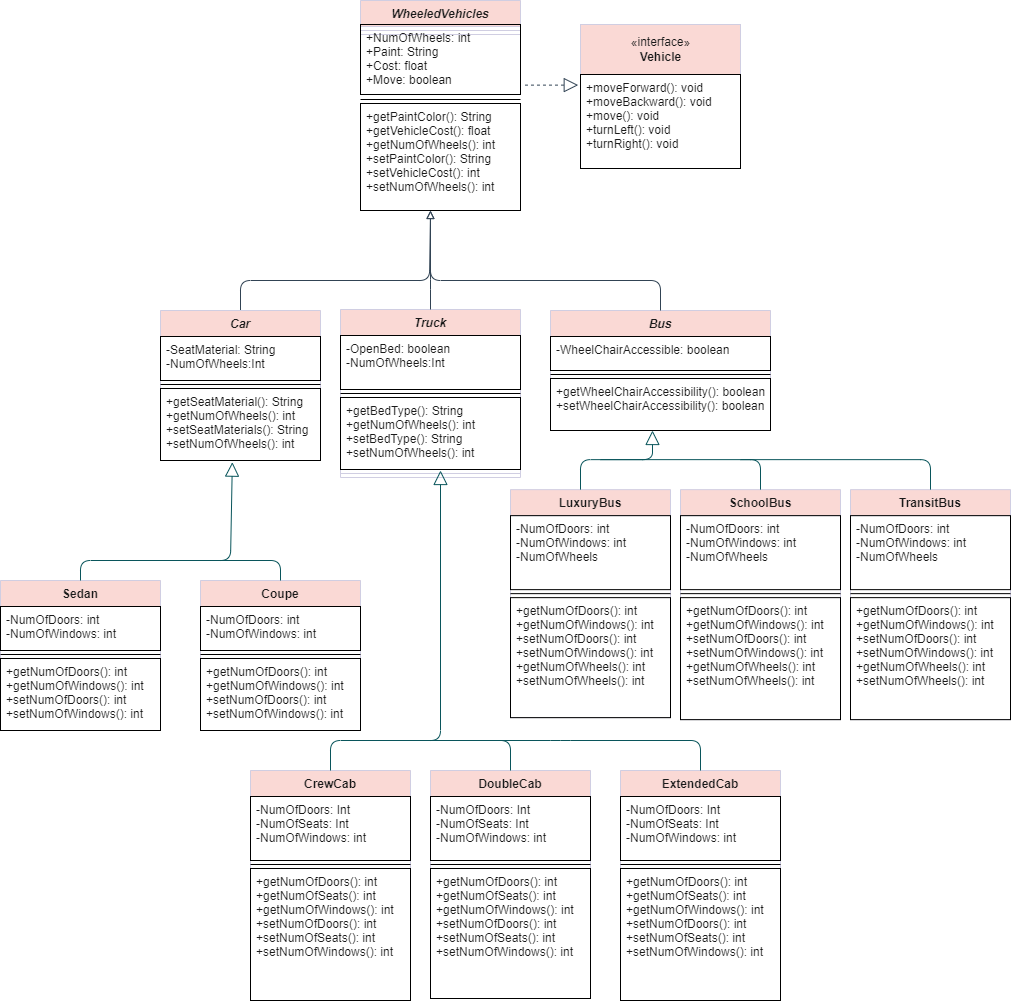
Before: oop/WheeledVehiclesClass UMLDiagram.png, a diagram exported from draw.io (c0l3yni/tekcamp). Source tidied: cells renumbered, new cells last; positions are measured from the earlier drawing's top-left corner, leaving out a move shared by most shapes.
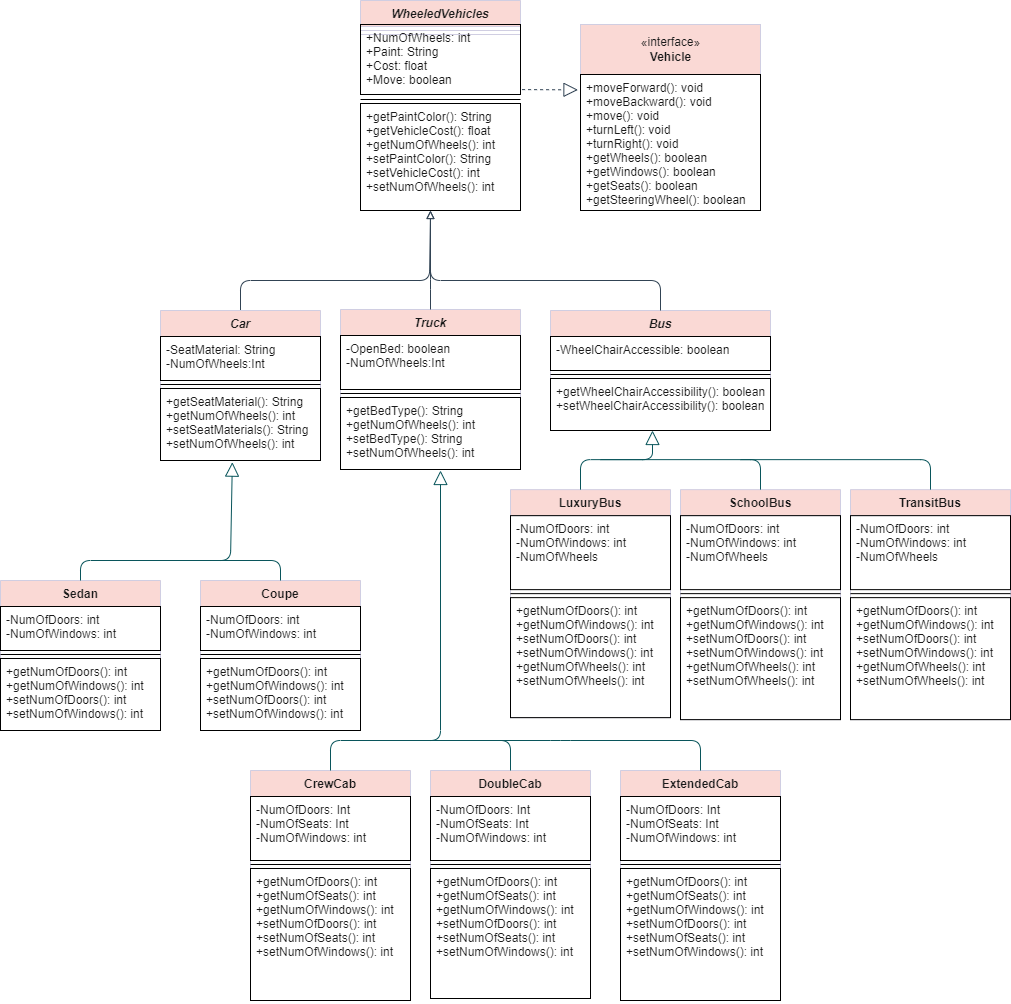
After the change.

Commit message:
Added new methods to the vehicles interface

What changed in the source:
```diff
@@ -36,7 +36,7 @@
       <mxGeometry y="78" width="160" height="72" as="geometry" />
     </mxCell>
     <mxCell id="11" value="Truck" style="swimlane;fontStyle=3;align=center;verticalAlign=top;horizontal=1;startSize=26;fillColor=#FAD9D5;strokeColor=#D0CEE2;fontColor=#1A1A1A;rounded=0;" parent="1" vertex="1">
-      <mxGeometry x="340" y="309" width="180" height="168" as="geometry" />
+      <mxGeometry x="340" y="309" width="180" height="160" as="geometry" />
     </mxCell>
     <mxCell id="12" value="-OpenBed: boolean&#10;-NumOfWheels:Int" style="text;strokeColor=default;fillColor=none;align=left;verticalAlign=top;spacingLeft=4;spacingRight=4;overflow=hidden;fontColor=#1A1A1A;rounded=0;" parent="11" vertex="1">
       <mxGeometry y="26" width="180" height="54" as="geometry" />
@@ -47,9 +47,6 @@
     <mxCell id="14" value="+getBedType(): String&#10;+getNumOfWheels(): int&#10;+setBedType(): String&#10;+setNumOfWheels(): int" style="text;strokeColor=default;fillColor=none;align=left;verticalAlign=top;spacingLeft=4;spacingRight=4;overflow=hidden;fontColor=#1A1A1A;rounded=0;" parent="11" vertex="1">
       <mxGeometry y="88" width="180" height="72" as="geometry" />
     </mxCell>
-    <mxCell id="15" style="line;strokeWidth=1;fillColor=none;align=left;verticalAlign=middle;spacingTop=-1;spacingLeft=3;spacingRight=3;labelPosition=right;strokeColor=#D0CEE2;fontColor=#1A1A1A;rounded=0;" parent="11" vertex="1">
-      <mxGeometry y="160" width="180" height="8" as="geometry" />
-    </mxCell>
     <mxCell id="16" value="WheeledVehicles" style="swimlane;fontStyle=3;align=center;verticalAlign=top;horizontal=1;startSize=26;fillColor=#FAD9D5;strokeColor=#D0CEE2;fontColor=#1A1A1A;rounded=0;" parent="1" vertex="1">
       <mxGeometry x="360" width="160" height="34" as="geometry" />
     </mxCell>
@@ -57,7 +54,7 @@
       <mxGeometry y="26" width="160" height="8" as="geometry" />
     </mxCell>
     <mxCell id="18" value="«interface»&lt;br&gt;&lt;b&gt;Vehicle&lt;/b&gt;" style="html=1;fontColor=#1A1A1A;strokeColor=#D0CEE2;fillColor=#FAD9D5;" parent="1" vertex="1">
-      <mxGeometry x="580" y="24" width="160" height="50" as="geometry" />
+      <mxGeometry x="580" y="24" width="180" height="50" as="geometry" />
     </mxCell>
     <mxCell id="19" style="edgeStyle=orthogonalEdgeStyle;jettySize=auto;html=1;fontColor=#1A1A1A;strokeColor=#314354;endArrow=block;endFill=0;fillColor=#647687;exitX=0.5;exitY=0;exitDx=0;exitDy=0;" parent="1" edge="1" source="2">
       <mxGeometry relative="1" as="geometry">
@@ -238,10 +235,10 @@
         <mxPoint x="430" y="249" as="targetPoint" />
       </mxGeometry>
     </mxCell>
-    <mxCell id="61" value="+moveForward(): void&#10;+moveBackward(): void&#10;+move(): void&#10;+turnLeft(): void&#10;+turnRight(): void&#10;&#10;" style="text;strokeColor=default;fillColor=none;align=left;verticalAlign=top;spacingLeft=4;spacingRight=4;overflow=hidden;points=[[0,0.5],[1,0.5]];portConstraint=eastwest;fontColor=#1A1A1A;rounded=0;" parent="1" vertex="1">
-      <mxGeometry x="580" y="74" width="160" height="94" as="geometry" />
+    <mxCell id="61" value="+moveForward(): void&#10;+moveBackward(): void&#10;+move(): void&#10;+turnLeft(): void&#10;+turnRight(): void&#10;+getWheels(): boolean&#10;+getWindows(): boolean&#10;+getSeats(): boolean&#10;+getSteeringWheel(): boolean&#10;" style="text;strokeColor=default;fillColor=none;align=left;verticalAlign=top;spacingLeft=4;spacingRight=4;overflow=hidden;points=[[0,0.5],[1,0.5]];portConstraint=eastwest;fontColor=#1A1A1A;rounded=0;" parent="1" vertex="1">
+      <mxGeometry x="580" y="74" width="180" height="136" as="geometry" />
     </mxCell>
-    <mxCell id="62" style="endArrow=block;endFill=0;endSize=12;html=1;fontColor=#1A1A1A;strokeColor=#314354;exitX=1.028;exitY=0.866;exitDx=0;exitDy=0;exitPerimeter=0;dashed=1;fillColor=#647687;entryX=-0.014;entryY=0.113;entryDx=0;entryDy=0;entryPerimeter=0;" parent="1" edge="1" source="63" target="61">
+    <mxCell id="62" style="endArrow=block;endFill=0;endSize=12;html=1;fontColor=#1A1A1A;strokeColor=#314354;dashed=1;fillColor=#647687;entryX=-0.014;entryY=0.113;entryDx=0;entryDy=0;entryPerimeter=0;exitX=1.01;exitY=0.93;exitDx=0;exitDy=0;exitPerimeter=0;" parent="1" edge="1" source="63" target="61">
       <mxGeometry relative="1" as="geometry" />
     </mxCell>
     <mxCell id="63" value="+NumOfWheels: int&#10;+Paint: String&#10;+Cost: float&#10;+Move: boolean" style="text;strokeColor=default;fillColor=none;align=left;verticalAlign=top;spacingLeft=4;spacingRight=4;overflow=hidden;points=[[0,0.5],[1,0.5]];portConstraint=eastwest;fontColor=#1A1A1A;rounded=0;" parent="1" vertex="1">
```
